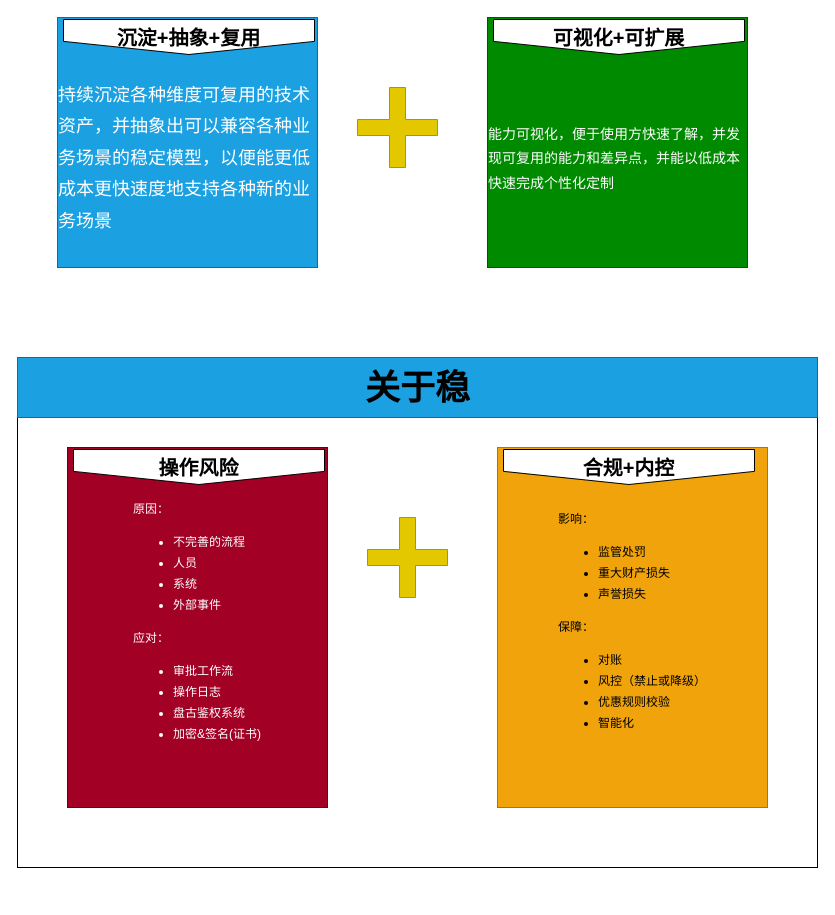
Before: page "Page-25" (14 of 31) of Untitled Diagram.drawio in zengcrvip/basedemo, a draw.io diagram. Source tidied: cells renumbered, new cells numbered last; positions are measured from the earlier drawing's top-left corner, leaving out a move shared by most shapes. Both pictures are drawn from the tidied source at 100%, with x=0, y=0 at pixel (17, 17).
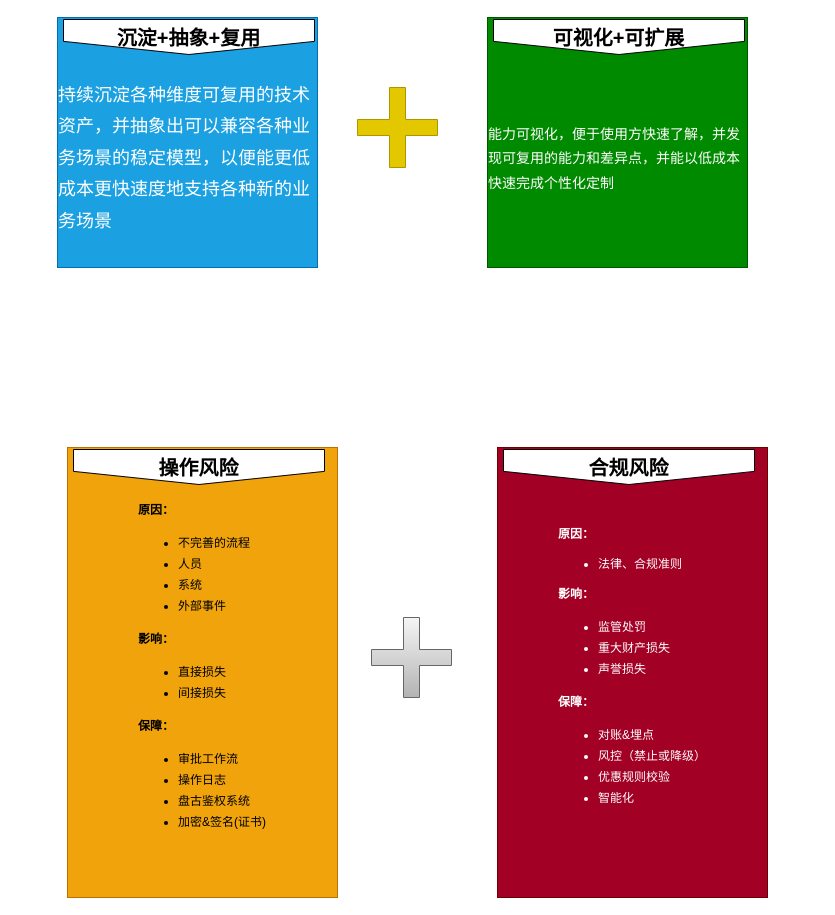
The same page after the edit.

What changed in the source:
```diff
@@
 <mxGraphModel>
   <root>
     <mxCell id="0" />
     <mxCell id="1" parent="0" />
     <mxCell id="2" value="&lt;div style=&quot;text-align: left ; line-height: 1.75&quot;&gt;&lt;font style=&quot;font-size: 18px&quot;&gt;&lt;br&gt;&lt;/font&gt;&lt;/div&gt;&lt;div style=&quot;text-align: left ; line-height: 1.75&quot;&gt;&lt;font style=&quot;font-size: 18px&quot;&gt;持续沉淀各种维度可复用的技术资产，并抽象出可以兼容各种业务场景的稳定模型，以便能更低成本更快速度地支持各种新的业务场景&lt;/font&gt;&lt;/div&gt;" style="rounded=0;whiteSpace=wrap;html=1;fillColor=#1ba1e2;fontColor=#ffffff;strokeColor=#006EAF;" parent="1" vertex="1">
       <mxGeometry x="40" width="260" height="250" as="geometry" />
     </mxCell>
     <mxCell id="3" value="&lt;font style=&quot;font-size: 20px&quot;&gt;&lt;b&gt;沉淀+抽象+复用&lt;/b&gt;&lt;/font&gt;" style="shape=offPageConnector;whiteSpace=wrap;html=1;" parent="1" vertex="1">
       <mxGeometry x="46" y="2" width="251" height="35" as="geometry" />
     </mxCell>
     <mxCell id="4" value="&lt;div style=&quot;text-align: left ; line-height: 1.75&quot;&gt;&lt;font style=&quot;font-size: 18px&quot;&gt;&lt;br&gt;&lt;/font&gt;&lt;/div&gt;&lt;div style=&quot;text-align: left ; line-height: 1.75&quot;&gt;&lt;div style=&quot;line-height: 1.75 ; font-size: 14px&quot;&gt;能力可视化，便于使用方快速了解，并发现可复用的能力和差异点，并能以低成本快速完成个性化定制&lt;/div&gt;&lt;/div&gt;" style="rounded=0;whiteSpace=wrap;html=1;fillColor=#008a00;fontColor=#ffffff;strokeColor=#005700;" parent="1" vertex="1">
       <mxGeometry x="470" width="260" height="250" as="geometry" />
     </mxCell>
     <mxCell id="5" value="&lt;font style=&quot;font-size: 20px&quot;&gt;&lt;b&gt;可视化+可扩展&lt;/b&gt;&lt;/font&gt;" style="shape=offPageConnector;whiteSpace=wrap;html=1;" parent="1" vertex="1">
       <mxGeometry x="476" y="2" width="251" height="35" as="geometry" />
     </mxCell>
     <mxCell id="6" style="shape=cross;whiteSpace=wrap;html=1;fontSize=18;fillColor=#e3c800;fontColor=#000000;strokeColor=#B09500;" parent="1" vertex="1">
       <mxGeometry x="340" y="70" width="80" height="80" as="geometry" />
     </mxCell>
-    <mxCell id="7" style="rounded=0;whiteSpace=wrap;html=1;fontSize=18;" parent="1" vertex="1">
-      <mxGeometry y="400" width="800" height="450" as="geometry" />
-    </mxCell>
-    <mxCell id="8" value="&lt;div style=&quot;text-align: left ; line-height: 1.75&quot;&gt;&lt;div&gt;原因：&lt;/div&gt;&lt;ul&gt;&lt;li&gt;不完善的流程&lt;/li&gt;&lt;li&gt;人员&lt;/li&gt;&lt;li&gt;系统&lt;/li&gt;&lt;li&gt;外部事件&lt;/li&gt;&lt;/ul&gt;&lt;div&gt;应对：&lt;/div&gt;&lt;div&gt;&lt;ul&gt;&lt;li&gt;审批工作流&lt;/li&gt;&lt;li&gt;操作日志&lt;/li&gt;&lt;li&gt;盘古鉴权系统&lt;/li&gt;&lt;li&gt;加密&amp;amp;签名(证书)&lt;/li&gt;&lt;/ul&gt;&lt;/div&gt;&lt;/div&gt;" style="rounded=0;whiteSpace=wrap;html=1;fillColor=#a20025;fontColor=#ffffff;strokeColor=#6F0000;" parent="1" vertex="1">
-      <mxGeometry x="50" y="430" width="260" height="360" as="geometry" />
-    </mxCell>
+    <mxCell id="15" value="&lt;div style=&quot;text-align: left ; line-height: 1.75&quot;&gt;&lt;div&gt;&lt;b&gt;原因：&lt;/b&gt;&lt;/div&gt;&lt;ul&gt;&lt;li&gt;不完善的流程&lt;/li&gt;&lt;li&gt;人员&lt;/li&gt;&lt;li&gt;系统&lt;/li&gt;&lt;li&gt;外部事件&lt;/li&gt;&lt;/ul&gt;&lt;div&gt;&lt;b&gt;影响：&lt;/b&gt;&lt;/div&gt;&lt;ul&gt;&lt;li&gt;直接损失&lt;/li&gt;&lt;li&gt;间接损失&lt;/li&gt;&lt;/ul&gt;&lt;div&gt;&lt;b&gt;保障：&lt;/b&gt;&lt;/div&gt;&lt;div&gt;&lt;ul&gt;&lt;li&gt;审批工作流&lt;/li&gt;&lt;li&gt;操作日志&lt;/li&gt;&lt;li&gt;盘古鉴权系统&lt;/li&gt;&lt;li&gt;加密&amp;amp;签名(证书)&lt;/li&gt;&lt;/ul&gt;&lt;/div&gt;&lt;/div&gt;" style="rounded=0;whiteSpace=wrap;html=1;fillColor=#f0a30a;fontColor=#000000;strokeColor=#BD7000;" parent="1" vertex="1">
+      <mxGeometry x="50" y="430" width="270" height="450" as="geometry" />
+    </mxCell>
     <mxCell id="9" value="&lt;font style=&quot;font-size: 20px&quot;&gt;&lt;b&gt;操作风险&lt;/b&gt;&lt;/font&gt;" style="shape=offPageConnector;whiteSpace=wrap;html=1;" parent="1" vertex="1">
       <mxGeometry x="56" y="432" width="251" height="35" as="geometry" />
     </mxCell>
-    <mxCell id="10" value="&lt;div style=&quot;text-align: left ; line-height: 1.75&quot;&gt;影响：&lt;/div&gt;&lt;div style=&quot;text-align: left ; line-height: 1.75&quot;&gt;&lt;ul&gt;&lt;li&gt;监管处罚&lt;/li&gt;&lt;li&gt;重大财产损失&lt;/li&gt;&lt;li&gt;声誉损失&lt;/li&gt;&lt;/ul&gt;&lt;/div&gt;&lt;div style=&quot;text-align: left ; line-height: 1.75&quot;&gt;保障：&lt;/div&gt;&lt;div style=&quot;text-align: left ; line-height: 1.75&quot;&gt;&lt;ul&gt;&lt;li&gt;对账&lt;/li&gt;&lt;li&gt;风控（禁止或降级）&lt;/li&gt;&lt;li&gt;优惠规则校验&lt;/li&gt;&lt;li&gt;智能化&lt;/li&gt;&lt;/ul&gt;&lt;/div&gt;" style="rounded=0;whiteSpace=wrap;html=1;fillColor=#f0a30a;fontColor=#000000;strokeColor=#BD7000;" parent="1" vertex="1">
-      <mxGeometry x="480" y="430" width="270" height="360" as="geometry" />
-    </mxCell>
-    <mxCell id="11" value="&lt;font style=&quot;font-size: 20px&quot;&gt;&lt;b&gt;合规+内控&lt;/b&gt;&lt;/font&gt;" style="shape=offPageConnector;whiteSpace=wrap;html=1;" parent="1" vertex="1">
-      <mxGeometry x="486" y="432" width="251" height="35" as="geometry" />
-    </mxCell>
-    <mxCell id="12" style="shape=cross;whiteSpace=wrap;html=1;fontSize=18;fillColor=#e3c800;fontColor=#000000;strokeColor=#B09500;" parent="1" vertex="1">
-      <mxGeometry x="350" y="500" width="80" height="80" as="geometry" />
-    </mxCell>
-    <mxCell id="13" style="rounded=0;whiteSpace=wrap;html=1;fontSize=35;fillColor=#1ba1e2;fontColor=#ffffff;strokeColor=#006EAF;" parent="1" vertex="1">
-      <mxGeometry y="340" width="800" height="60" as="geometry" />
-    </mxCell>
-    <mxCell id="14" value="&lt;font style=&quot;font-size: 35px&quot;&gt;关于稳&lt;/font&gt;" style="text;strokeColor=none;fillColor=none;html=1;fontSize=24;fontStyle=1;verticalAlign=middle;align=center;" parent="1" vertex="1">
-      <mxGeometry x="325" y="340" width="150" height="60" as="geometry" />
-    </mxCell>
+    <mxCell id="16" value="&lt;div style=&quot;text-align: left ; line-height: 1.75&quot;&gt;&lt;span&gt;&lt;b&gt;原因：&lt;/b&gt;&lt;/span&gt;&lt;br&gt;&lt;/div&gt;&lt;ul style=&quot;text-align: left&quot;&gt;&lt;li&gt;法律、合规准则&lt;/li&gt;&lt;/ul&gt;&lt;div style=&quot;text-align: left ; line-height: 1.75&quot;&gt;&lt;b&gt;影响：&lt;/b&gt;&lt;/div&gt;&lt;div style=&quot;text-align: left ; line-height: 1.75&quot;&gt;&lt;ul&gt;&lt;li&gt;监管处罚&lt;/li&gt;&lt;li&gt;重大财产损失&lt;/li&gt;&lt;li&gt;声誉损失&lt;/li&gt;&lt;/ul&gt;&lt;/div&gt;&lt;div style=&quot;text-align: left ; line-height: 1.75&quot;&gt;&lt;b&gt;保障：&lt;/b&gt;&lt;/div&gt;&lt;div style=&quot;text-align: left ; line-height: 1.75&quot;&gt;&lt;ul&gt;&lt;li&gt;对账&amp;amp;埋点&lt;/li&gt;&lt;li&gt;风控（禁止或降级）&lt;/li&gt;&lt;li&gt;优惠规则校验&lt;/li&gt;&lt;li&gt;智能化&lt;/li&gt;&lt;/ul&gt;&lt;/div&gt;" style="rounded=0;whiteSpace=wrap;html=1;fillColor=#a20025;fontColor=#ffffff;strokeColor=#6F0000;" parent="1" vertex="1">
+      <mxGeometry x="480" y="430" width="270" height="450" as="geometry" />
+    </mxCell>
+    <mxCell id="17" value="&lt;font style=&quot;font-size: 20px&quot;&gt;&lt;b&gt;合规风险&lt;/b&gt;&lt;/font&gt;" style="shape=offPageConnector;whiteSpace=wrap;html=1;" parent="1" vertex="1">
+      <mxGeometry x="486" y="432" width="251" height="35" as="geometry" />
+    </mxCell>
+    <mxCell id="18" style="shape=cross;whiteSpace=wrap;html=1;fontSize=18;fillColor=#f5f5f5;strokeColor=#666666;gradientColor=#b3b3b3;" parent="1" vertex="1">
+      <mxGeometry x="354" y="600" width="80" height="80" as="geometry" />
+    </mxCell>
   </root>
 </mxGraphModel>
```
